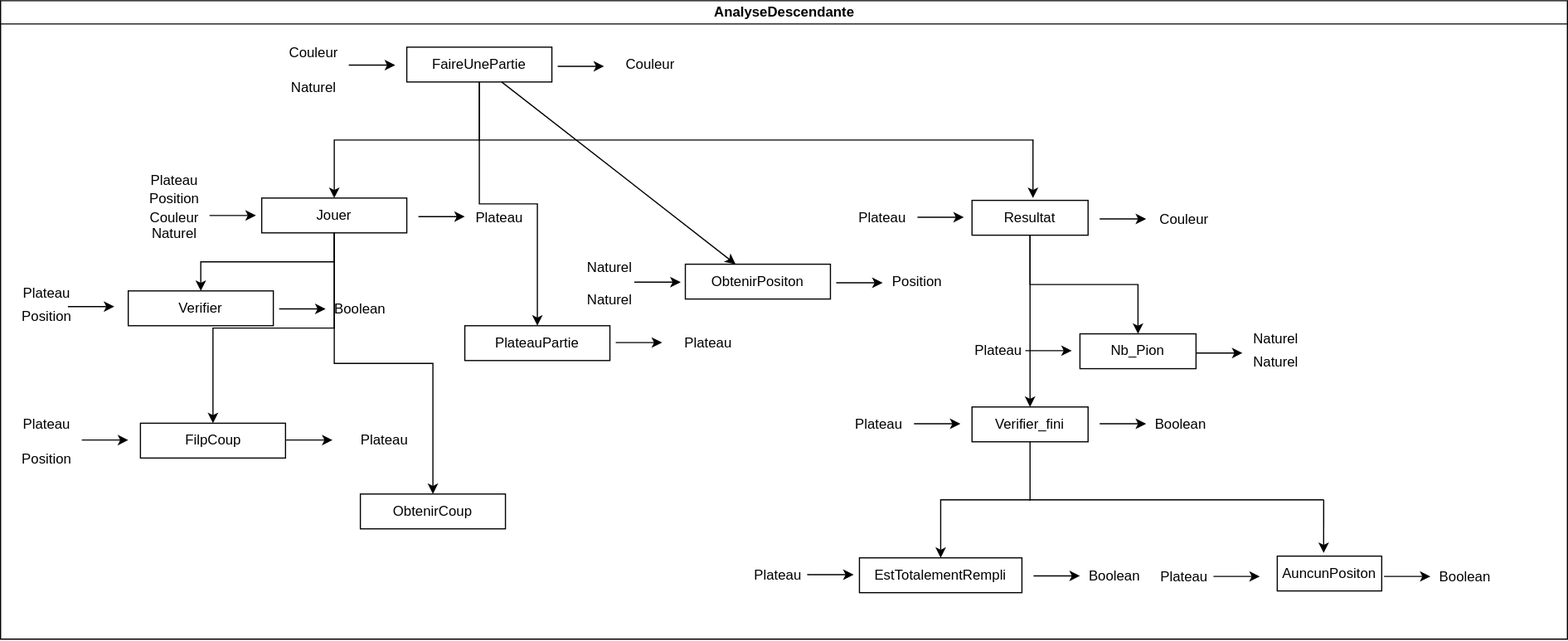
Earlier version of the draw.io export rapport/analyse/FaireUnePartie.drawio.svg (Sachawski/othelloiti3). Source tidied: cells renumbered, new cells last; positions are measured from the earlier drawing's top-left corner, leaving out a move shared by most shapes.
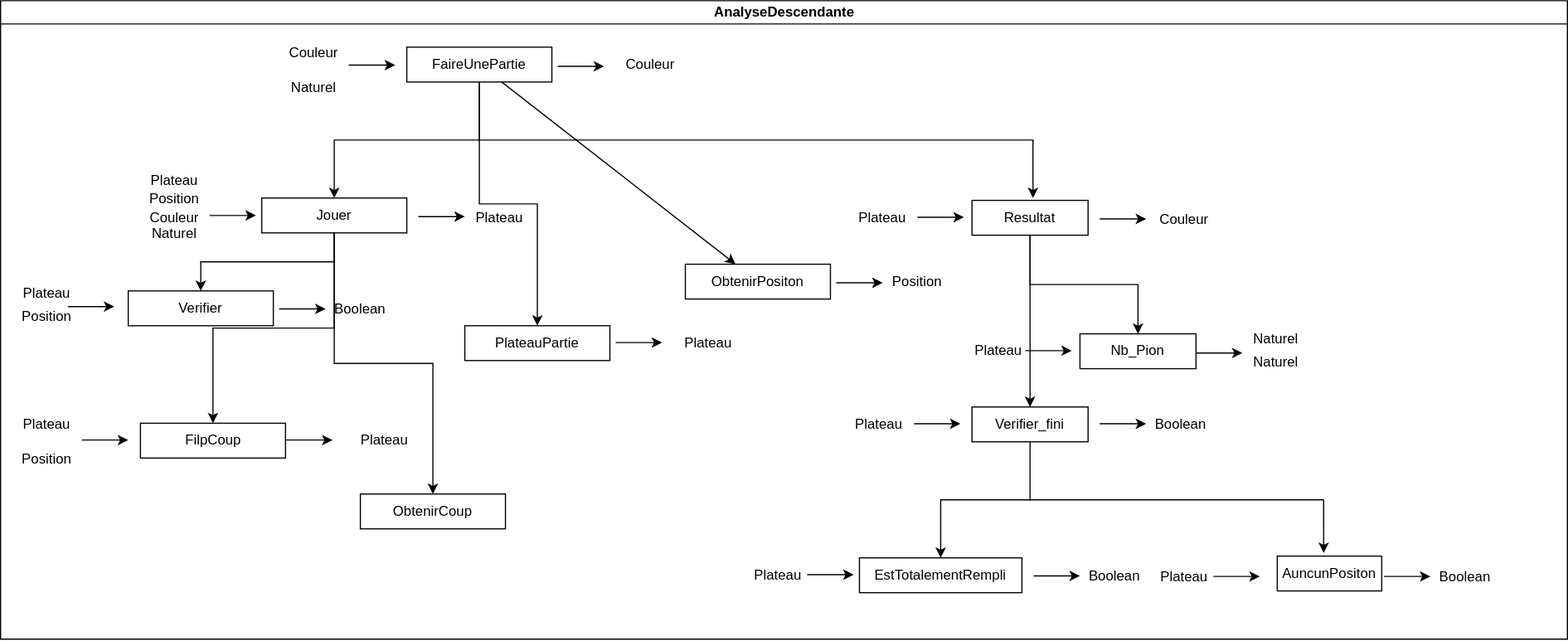
After the change.

Change to the diagram source:
```diff
@@ -284,12 +284,6 @@
     <mxCell id="72" value="ObtenirPositon" style="rounded=0;whiteSpace=wrap;html=1;" parent="2" vertex="1">
       <mxGeometry x="590" y="227" width="125" height="30" as="geometry" />
     </mxCell>
-    <mxCell id="73" value="Naturel" style="text;html=1;strokeColor=none;fillColor=none;align=center;verticalAlign=middle;whiteSpace=wrap;rounded=0;" parent="2" vertex="1">
-      <mxGeometry x="505" y="217" width="40" height="26" as="geometry" />
-    </mxCell>
-    <mxCell id="74" value="Naturel" style="text;html=1;strokeColor=none;fillColor=none;align=center;verticalAlign=middle;whiteSpace=wrap;rounded=0;" parent="2" vertex="1">
-      <mxGeometry x="505" y="244" width="40" height="28" as="geometry" />
-    </mxCell>
     <mxCell id="75" style="endArrow=classic;html=1;rounded=0;" parent="2" edge="1">
       <mxGeometry relative="1" as="geometry">
         <mxPoint x="720" y="243" as="sourcePoint" />
@@ -299,11 +293,5 @@
     <mxCell id="76" value="Position" style="text;html=1;strokeColor=none;fillColor=none;align=center;verticalAlign=middle;whiteSpace=wrap;rounded=0;" parent="2" vertex="1">
       <mxGeometry x="760" y="227" width="60" height="30" as="geometry" />
     </mxCell>
-    <mxCell id="77" style="endArrow=classic;html=1;rounded=0;" parent="1" edge="1">
-      <mxGeometry relative="1" as="geometry">
-        <mxPoint x="546" y="242.5" as="sourcePoint" />
-        <mxPoint x="586" y="242.5" as="targetPoint" />
-      </mxGeometry>
-    </mxCell>
   </root>
 </mxGraphModel>
```
